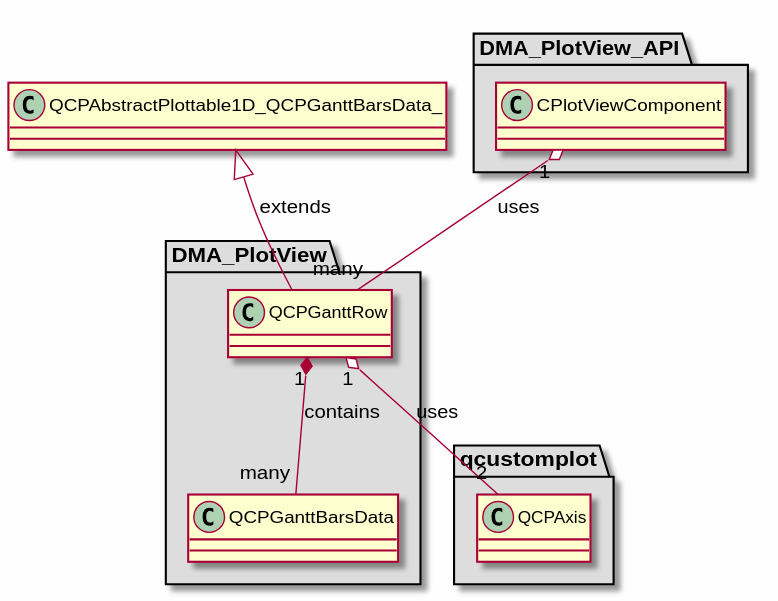
Above: md/dev_docs/puml/DMA_PlotView.svg in svlad-90/DLT-Message-Analyzer (PlantUML), before the change. Its diagram source:
```plantuml
@startuml

skinparam backgroundColor #FEFEFE
skinparam wrapWidth 600
package "DMA_PlotView" #DDDDDD
{

class "QCPGanttBarsData"
{
}

class "QCPGanttRow"
{
}

}

package "DMA_PlotView_API" #DDDDDD
{

class "CPlotViewComponent"
{
}

}

package "qcustomplot" #DDDDDD
{

class "QCPAxis"
{
}

}

QCPAbstractPlottable1D_QCPGanttBarsData_ <|-- QCPGanttRow : extends

QCPGanttRow "1" o-- "2" QCPAxis : uses
QCPGanttRow "1" *-- "many" QCPGanttBarsData : contains
CPlotViewComponent "1" o-- "many" QCPGanttRow : uses

@enduml
```
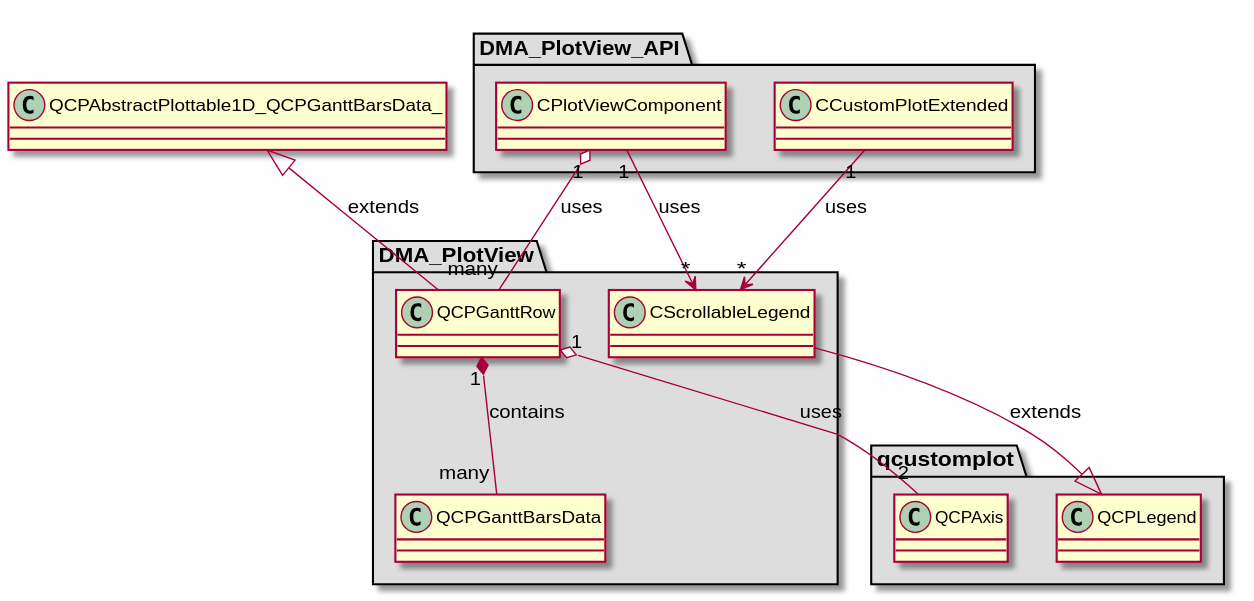
The same file after the commit.

Change to the diagram source:
```diff
@@ -4,6 +4,10 @@
 skinparam wrapWidth 600
 package "DMA_PlotView" #DDDDDD
 {
+
+class "CScrollableLegend"
+{
+}
 
 class "QCPGanttBarsData"
 {
@@ -18,6 +22,10 @@
 package "DMA_PlotView_API" #DDDDDD
 {
 
+class "CCustomPlotExtended"
+{
+}
+
 class "CPlotViewComponent"
 {
 }
@@ -31,12 +39,19 @@
 {
 }
 
+class "QCPLegend"
+{
 }
 
+}
+
+QCPLegend <|-- CScrollableLegend : extends
 QCPAbstractPlottable1D_QCPGanttBarsData_ <|-- QCPGanttRow : extends
 
 QCPGanttRow "1" o-- "2" QCPAxis : uses
 QCPGanttRow "1" *-- "many" QCPGanttBarsData : contains
+CCustomPlotExtended "1" --> "*" CScrollableLegend : uses
+CPlotViewComponent "1" --> "*" CScrollableLegend : uses
 CPlotViewComponent "1" o-- "many" QCPGanttRow : uses
 
 @enduml
```
